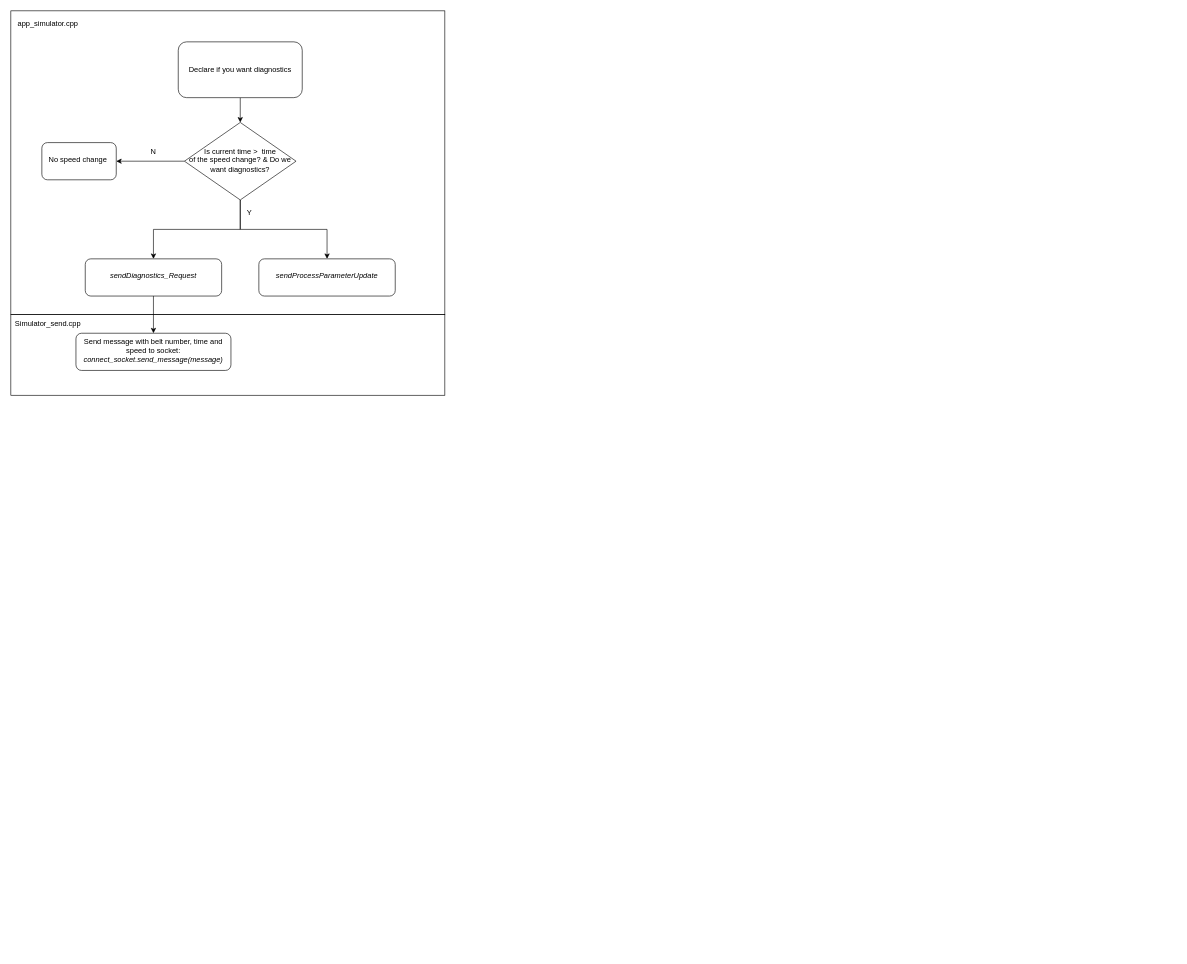
The draw.io diagram DiagnosticsSimFlow.drawio in evelinedrijver/Thesis, before the edit. Source tidied: cells renumbered, new cells numbered last; positions are measured from the earlier drawing's top-left corner, leaving out a move shared by most shapes. Both pictures are drawn from the tidied source at 62%, with x=0, y=0 at pixel (11, 11).
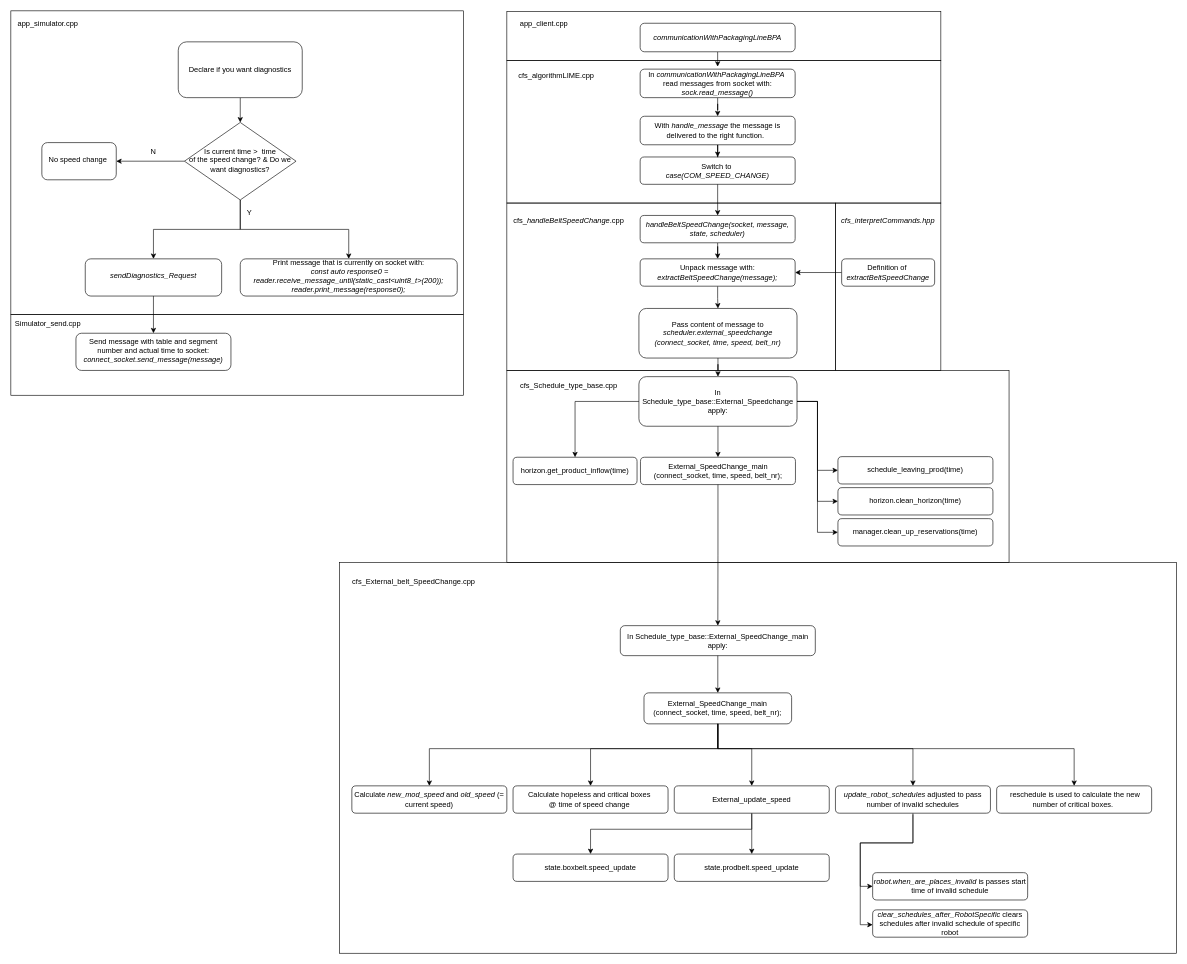
After the change.

Diff of the diagram source:
```diff
@@
+    <mxCell id="15" style="whiteSpace=wrap;html=1;fillColor=none;" parent="1" vertex="1">
+      <mxGeometry y="490" width="730" height="130" as="geometry" />
+    </mxCell>
     <mxCell id="2" style="whiteSpace=wrap;html=1;fillColor=none;" parent="1" vertex="1">
-      <mxGeometry width="700" height="490" as="geometry" />
+      <mxGeometry width="730" height="490" as="geometry" />
     </mxCell>
@@
-    <mxCell id="12" value="&lt;i&gt;sendProcessParameterUpdate&lt;/i&gt;" style="rounded=1;whiteSpace=wrap;html=1;shadow=0;strokeWidth=1;spacing=6;spacingTop=-4;" parent="1" vertex="1">
-      <mxGeometry x="400" y="400" width="220" height="60" as="geometry" />
+    <mxCell id="12" value="Print message that is currently on socket with:&lt;br&gt;&lt;i&gt;&amp;nbsp;const auto response0 = reader.receive_message_until(static_cast&amp;lt;uint8_t&amp;gt;(200));&lt;/i&gt;&lt;br&gt;&lt;i&gt;reader.print_message(response0);&lt;/i&gt;" style="rounded=1;whiteSpace=wrap;html=1;shadow=0;strokeWidth=1;spacing=6;spacingTop=-4;" parent="1" vertex="1">
+      <mxGeometry x="370" y="400" width="350" height="60" as="geometry" />
     </mxCell>
-    <mxCell id="13" value="Send message with belt number, time and speed to socket:&lt;br&gt;&lt;i&gt;connect_socket.send_message(message)&lt;/i&gt;" style="rounded=1;whiteSpace=wrap;html=1;shadow=0;strokeWidth=1;spacing=6;spacingTop=-4;" parent="1" vertex="1">
+    <mxCell id="13" value="Send message with table and segment number and actual time to socket:&lt;br&gt;&lt;i&gt;connect_socket.send_message(message)&lt;/i&gt;" style="rounded=1;whiteSpace=wrap;html=1;shadow=0;strokeWidth=1;spacing=6;spacingTop=-4;" parent="1" vertex="1">
       <mxGeometry x="105" y="520" width="250" height="60" as="geometry" />
     </mxCell>
@@
-    <mxCell id="15" style="whiteSpace=wrap;html=1;fillColor=none;" parent="1" vertex="1">
-      <mxGeometry y="490" width="700" height="130" as="geometry" />
-    </mxCell>
@@
+    <mxCell id="19" style="whiteSpace=wrap;html=1;fillColor=none;" parent="1" vertex="1">
+      <mxGeometry x="800" y="80" width="700" height="230" as="geometry" />
+    </mxCell>
+    <mxCell id="20" value="Switch to&amp;nbsp;&lt;br&gt;&amp;nbsp;&lt;i&gt;case(COM_SPEED_CHANGE)&lt;/i&gt;&amp;nbsp;" style="rounded=1;whiteSpace=wrap;html=1;fontSize=12;glass=0;strokeWidth=1;shadow=0;" parent="19" vertex="1">
+      <mxGeometry x="215" y="155.7" width="250" height="44.1" as="geometry" />
+    </mxCell>
+    <mxCell id="21" style="whiteSpace=wrap;html=1;fillColor=none;" parent="1" vertex="1">
+      <mxGeometry x="800" y="580" width="810" height="310" as="geometry" />
+    </mxCell>
+    <mxCell id="22" value="In Schedule_type_base::External_Speedchange&lt;br&gt;apply:" style="rounded=1;whiteSpace=wrap;html=1;fontSize=12;glass=0;strokeWidth=1;shadow=0;" parent="21" vertex="1">
+      <mxGeometry x="213" y="10" width="255" height="80" as="geometry" />
+    </mxCell>
+    <mxCell id="23" value="External_SpeedChange_main&lt;br&gt;(connect_socket, time, speed, belt_nr);" style="rounded=1;whiteSpace=wrap;html=1;fontSize=12;glass=0;strokeWidth=1;shadow=0;" parent="21" vertex="1">
+      <mxGeometry x="215.5" y="140" width="250" height="44.1" as="geometry" />
+    </mxCell>
+    <mxCell id="24" style="edgeStyle=orthogonalEdgeStyle;rounded=0;jettySize=auto;html=1;" parent="21" edge="1" source="22" target="23">
+      <mxGeometry relative="1" as="geometry" />
+    </mxCell>
+    <mxCell id="25" value="cfs_Schedule_type_base.cpp" style="text;html=1;strokeColor=none;fillColor=none;align=center;verticalAlign=middle;whiteSpace=wrap;rounded=0;" parent="21" vertex="1">
+      <mxGeometry x="70" y="10" width="60" height="30" as="geometry" />
+    </mxCell>
+    <mxCell id="26" value="horizon.get_product_inflow(time)" style="rounded=1;whiteSpace=wrap;html=1;fontSize=12;glass=0;strokeWidth=1;shadow=0;" parent="21" vertex="1">
+      <mxGeometry x="10" y="140" width="200" height="44.1" as="geometry" />
+    </mxCell>
+    <mxCell id="27" style="edgeStyle=orthogonalEdgeStyle;rounded=0;jettySize=auto;html=1;" parent="21" edge="1" source="22" target="26">
+      <mxGeometry relative="1" as="geometry" />
+    </mxCell>
+    <mxCell id="28" style="whiteSpace=wrap;html=1;fillColor=none;" parent="1" vertex="1">
+      <mxGeometry x="800" y="1" width="700" height="79" as="geometry" />
+    </mxCell>
+    <mxCell id="29" value="app_client.cpp" style="text;html=1;strokeColor=none;fillColor=none;align=center;verticalAlign=middle;whiteSpace=wrap;rounded=0;" parent="1" vertex="1">
+      <mxGeometry x="830" y="6" width="60" height="30" as="geometry" />
+    </mxCell>
+    <mxCell id="30" style="edgeStyle=orthogonalEdgeStyle;rounded=0;jettySize=auto;html=1;entryX=0.5;entryY=0;entryDx=0;entryDy=0;" parent="1" edge="1" source="31" target="33">
+      <mxGeometry relative="1" as="geometry" />
+    </mxCell>
+    <mxCell id="31" value="In&amp;nbsp;&lt;i&gt;communicationWithPackagingLineBPA&amp;nbsp;&lt;/i&gt;&lt;br&gt;read messages from socket with:&lt;br&gt;&lt;i&gt;sock.read_message()&lt;/i&gt;" style="rounded=1;whiteSpace=wrap;html=1;fontSize=12;glass=0;strokeWidth=1;shadow=0;" parent="1" vertex="1">
+      <mxGeometry x="1015" y="94" width="250" height="46" as="geometry" />
+    </mxCell>
+    <mxCell id="32" style="edgeStyle=orthogonalEdgeStyle;rounded=0;jettySize=auto;html=1;" parent="1" edge="1" source="33" target="20">
+      <mxGeometry relative="1" as="geometry" />
+    </mxCell>
+    <mxCell id="33" value="With &lt;i&gt;handle_message &lt;/i&gt;the message is delivered to the right function.&amp;nbsp;&amp;nbsp;" style="rounded=1;whiteSpace=wrap;html=1;fontSize=12;glass=0;strokeWidth=1;shadow=0;" parent="1" vertex="1">
+      <mxGeometry x="1015" y="170" width="250" height="46" as="geometry" />
+    </mxCell>
+    <mxCell id="34" style="edgeStyle=orthogonalEdgeStyle;rounded=0;jettySize=auto;html=1;" parent="1" edge="1" source="35">
+      <mxGeometry relative="1" as="geometry">
+        <mxPoint x="1140" y="90" as="targetPoint" />
+      </mxGeometry>
+    </mxCell>
+    <mxCell id="35" value="&lt;i&gt;communicationWithPackagingLineBPA&lt;/i&gt;" style="rounded=1;whiteSpace=wrap;html=1;fontSize=12;glass=0;strokeWidth=1;shadow=0;" parent="1" vertex="1">
+      <mxGeometry x="1015" y="20" width="250" height="46" as="geometry" />
+    </mxCell>
+    <mxCell id="36" value="cfs_algorithmLIME.cpp" style="text;html=1;strokeColor=none;fillColor=none;align=center;verticalAlign=middle;whiteSpace=wrap;rounded=0;" parent="1" vertex="1">
+      <mxGeometry x="850" y="90" width="60" height="30" as="geometry" />
+    </mxCell>
+    <mxCell id="37" style="whiteSpace=wrap;html=1;fillColor=none;" parent="1" vertex="1">
+      <mxGeometry x="800" y="310" width="530" height="270" as="geometry" />
+    </mxCell>
+    <mxCell id="38" style="edgeStyle=orthogonalEdgeStyle;rounded=0;jettySize=auto;html=1;" parent="1" edge="1" source="39" target="43">
+      <mxGeometry relative="1" as="geometry" />
+    </mxCell>
+    <mxCell id="39" value="&lt;i&gt;handleBeltSpeedChange(socket, message, state, scheduler)&lt;/i&gt;" style="rounded=1;whiteSpace=wrap;html=1;fontSize=12;glass=0;strokeWidth=1;shadow=0;" parent="1" vertex="1">
+      <mxGeometry x="1015" y="330" width="250" height="44.1" as="geometry" />
+    </mxCell>
+    <mxCell id="40" style="edgeStyle=orthogonalEdgeStyle;rounded=0;jettySize=auto;html=1;entryX=0.5;entryY=0;entryDx=0;entryDy=0;" parent="1" edge="1" source="20" target="39">
+      <mxGeometry relative="1" as="geometry" />
+    </mxCell>
+    <mxCell id="41" value="cfs_&lt;i&gt;handleBeltSpeedChange&lt;/i&gt;.cpp" style="text;html=1;strokeColor=none;fillColor=none;align=center;verticalAlign=middle;whiteSpace=wrap;rounded=0;" parent="1" vertex="1">
+      <mxGeometry x="870" y="323" width="60" height="30" as="geometry" />
+    </mxCell>
+    <mxCell id="42" style="edgeStyle=orthogonalEdgeStyle;rounded=0;jettySize=auto;html=1;" parent="1" edge="1" source="43" target="49">
+      <mxGeometry relative="1" as="geometry" />
+    </mxCell>
+    <mxCell id="43" value="Unpack message with:&lt;i&gt; extractBeltSpeedChange(message);&lt;/i&gt;" style="rounded=1;whiteSpace=wrap;html=1;fontSize=12;glass=0;strokeWidth=1;shadow=0;" parent="1" vertex="1">
+      <mxGeometry x="1015" y="400" width="250" height="44.1" as="geometry" />
+    </mxCell>
+    <mxCell id="44" style="whiteSpace=wrap;html=1;fillColor=none;" parent="1" vertex="1">
+      <mxGeometry x="1330" y="310" width="170" height="270" as="geometry" />
+    </mxCell>
+    <mxCell id="45" value="&lt;i&gt;cfs_interpretCommands.hpp&lt;/i&gt;" style="text;html=1;strokeColor=none;fillColor=none;align=center;verticalAlign=middle;whiteSpace=wrap;rounded=0;" parent="1" vertex="1">
+      <mxGeometry x="1385" y="323" width="60" height="30" as="geometry" />
+    </mxCell>
+    <mxCell id="46" style="edgeStyle=orthogonalEdgeStyle;rounded=0;jettySize=auto;html=1;" parent="1" edge="1" source="47" target="43">
+      <mxGeometry relative="1" as="geometry" />
+    </mxCell>
+    <mxCell id="47" value="Definition of&amp;nbsp;&lt;br&gt;&lt;i&gt;extractBeltSpeedChange&lt;/i&gt;" style="rounded=1;whiteSpace=wrap;html=1;fontSize=12;glass=0;strokeWidth=1;shadow=0;" parent="1" vertex="1">
+      <mxGeometry x="1340" y="400" width="150" height="44.1" as="geometry" />
+    </mxCell>
+    <mxCell id="48" style="edgeStyle=orthogonalEdgeStyle;rounded=0;jettySize=auto;html=1;" parent="1" edge="1" source="49" target="22">
+      <mxGeometry relative="1" as="geometry" />
+    </mxCell>
+    <mxCell id="49" value="Pass content of message to &lt;i&gt;scheduler.external_speedchange&lt;br&gt;(connect_socket, time, speed, belt_nr)&lt;/i&gt;" style="rounded=1;whiteSpace=wrap;html=1;fontSize=12;glass=0;strokeWidth=1;shadow=0;" parent="1" vertex="1">
+      <mxGeometry x="1013" y="480" width="255" height="80" as="geometry" />
+    </mxCell>
+    <mxCell id="50" style="edgeStyle=orthogonalEdgeStyle;rounded=0;jettySize=auto;html=1;entryX=0;entryY=0.5;entryDx=0;entryDy=0;" parent="1" edge="1" source="22" target="53">
+      <mxGeometry relative="1" as="geometry" />
+    </mxCell>
+    <mxCell id="51" style="edgeStyle=orthogonalEdgeStyle;rounded=0;jettySize=auto;html=1;entryX=0;entryY=0.5;entryDx=0;entryDy=0;" parent="1" edge="1" source="22" target="54">
+      <mxGeometry relative="1" as="geometry" />
+    </mxCell>
+    <mxCell id="52" style="edgeStyle=orthogonalEdgeStyle;rounded=0;jettySize=auto;html=1;entryX=0;entryY=0.5;entryDx=0;entryDy=0;" parent="1" edge="1" source="22" target="55">
+      <mxGeometry relative="1" as="geometry" />
+    </mxCell>
+    <mxCell id="53" value="schedule_leaving_prod(time)" style="rounded=1;whiteSpace=wrap;html=1;fontSize=12;glass=0;strokeWidth=1;shadow=0;" parent="1" vertex="1">
+      <mxGeometry x="1334" y="719" width="250" height="44.1" as="geometry" />
+    </mxCell>
+    <mxCell id="54" value="horizon.clean_horizon(time)" style="rounded=1;whiteSpace=wrap;html=1;fontSize=12;glass=0;strokeWidth=1;shadow=0;" parent="1" vertex="1">
+      <mxGeometry x="1334" y="769" width="250" height="44.1" as="geometry" />
+    </mxCell>
+    <mxCell id="55" value="manager.clean_up_reservations(time)" style="rounded=1;whiteSpace=wrap;html=1;fontSize=12;glass=0;strokeWidth=1;shadow=0;" parent="1" vertex="1">
+      <mxGeometry x="1334" y="819" width="250" height="44.1" as="geometry" />
+    </mxCell>
+    <mxCell id="56" style="whiteSpace=wrap;html=1;fillColor=none;" parent="1" vertex="1">
+      <mxGeometry x="530" y="890" width="1350" height="630" as="geometry" />
+    </mxCell>
+    <mxCell id="57" value="In Schedule_type_base::External_SpeedChange_main&lt;br&gt;apply:" style="rounded=1;whiteSpace=wrap;html=1;fontSize=12;glass=0;strokeWidth=1;shadow=0;" parent="56" vertex="1">
+      <mxGeometry x="453" y="101.6" width="314.5" height="48.4" as="geometry" />
+    </mxCell>
+    <mxCell id="58" value="External_SpeedChange_main&lt;br&gt;(connect_socket, time, speed, belt_nr);" style="rounded=1;whiteSpace=wrap;html=1;fontSize=12;glass=0;strokeWidth=1;shadow=0;" parent="56" vertex="1">
+      <mxGeometry x="491.2" y="210" width="238.1" height="50" as="geometry" />
+    </mxCell>
+    <mxCell id="59" style="edgeStyle=orthogonalEdgeStyle;rounded=0;jettySize=auto;html=1;" parent="56" edge="1" source="57" target="58">
+      <mxGeometry relative="1" as="geometry" />
+    </mxCell>
+    <mxCell id="60" value="cfs_External_belt_SpeedChange.cpp" style="text;html=1;strokeColor=none;fillColor=none;align=center;verticalAlign=middle;whiteSpace=wrap;rounded=0;" parent="56" vertex="1">
+      <mxGeometry x="70" width="100" height="61" as="geometry" />
+    </mxCell>
+    <mxCell id="61" style="edgeStyle=orthogonalEdgeStyle;rounded=0;jettySize=auto;html=1;" parent="1" edge="1" source="23" target="57">
+      <mxGeometry relative="1" as="geometry" />
+    </mxCell>
+    <mxCell id="62" value="Calculate &lt;i&gt;new_mod_speed&lt;/i&gt; and &lt;i&gt;old_speed&lt;/i&gt; (= current speed)" style="rounded=1;whiteSpace=wrap;html=1;fontSize=12;glass=0;strokeWidth=1;shadow=0;" parent="1" vertex="1">
+      <mxGeometry x="550" y="1250" width="250" height="44.1" as="geometry" />
+    </mxCell>
+    <mxCell id="63" value="Calculate hopeless and critical boxes&amp;nbsp;&lt;br&gt;@ time of speed change&amp;nbsp;" style="rounded=1;whiteSpace=wrap;html=1;fontSize=12;glass=0;strokeWidth=1;shadow=0;" parent="1" vertex="1">
+      <mxGeometry x="810" y="1250" width="250" height="44.1" as="geometry" />
+    </mxCell>
+    <mxCell id="64" style="edgeStyle=orthogonalEdgeStyle;rounded=0;jettySize=auto;html=1;" parent="1" edge="1" source="66" target="72">
+      <mxGeometry relative="1" as="geometry" />
+    </mxCell>
+    <mxCell id="65" style="edgeStyle=orthogonalEdgeStyle;rounded=0;jettySize=auto;html=1;" parent="1" edge="1" source="66" target="71">
+      <mxGeometry relative="1" as="geometry">
+        <Array as="points">
+          <mxPoint x="1195" y="1320" />
+          <mxPoint x="935" y="1320" />
+        </Array>
+      </mxGeometry>
+    </mxCell>
+    <mxCell id="66" value="External_update_speed" style="rounded=1;whiteSpace=wrap;html=1;fontSize=12;glass=0;strokeWidth=1;shadow=0;" parent="1" vertex="1">
+      <mxGeometry x="1070" y="1250" width="250" height="44.1" as="geometry" />
+    </mxCell>
+    <mxCell id="67" style="edgeStyle=orthogonalEdgeStyle;rounded=0;jettySize=auto;html=1;entryX=0;entryY=0.5;entryDx=0;entryDy=0;" parent="1" edge="1" source="69" target="73">
+      <mxGeometry relative="1" as="geometry" />
+    </mxCell>
+    <mxCell id="68" style="edgeStyle=orthogonalEdgeStyle;rounded=0;orthogonalLoop=1;jettySize=auto;html=1;entryX=0;entryY=0.5;entryDx=0;entryDy=0;" parent="1" edge="1">
+      <mxGeometry relative="1" as="geometry">
+        <mxPoint x="1455" y="1296.1" as="sourcePoint" />
+        <mxPoint x="1390" y="1474" as="targetPoint" />
+        <Array as="points">
+          <mxPoint x="1455" y="1342" />
+          <mxPoint x="1370" y="1342" />
+          <mxPoint x="1370" y="1474" />
+        </Array>
+      </mxGeometry>
+    </mxCell>
+    <mxCell id="69" value="&lt;i&gt;update_robot_schedules&lt;/i&gt; adjusted to pass number of invalid schedules" style="rounded=1;whiteSpace=wrap;html=1;fontSize=12;glass=0;strokeWidth=1;shadow=0;" parent="1" vertex="1">
+      <mxGeometry x="1330" y="1250" width="250" height="44.1" as="geometry" />
+    </mxCell>
+    <mxCell id="70" value="&amp;nbsp;reschedule is used to calculate the new number of critical boxes.&amp;nbsp;" style="rounded=1;whiteSpace=wrap;html=1;fontSize=12;glass=0;strokeWidth=1;shadow=0;" parent="1" vertex="1">
+      <mxGeometry x="1590" y="1250" width="250" height="44.1" as="geometry" />
+    </mxCell>
+    <mxCell id="71" value="state.boxbelt.speed_update" style="rounded=1;whiteSpace=wrap;html=1;fontSize=12;glass=0;strokeWidth=1;shadow=0;" parent="1" vertex="1">
+      <mxGeometry x="810" y="1360" width="250" height="44.1" as="geometry" />
+    </mxCell>
+    <mxCell id="72" value="state.prodbelt.speed_update" style="rounded=1;whiteSpace=wrap;html=1;fontSize=12;glass=0;strokeWidth=1;shadow=0;" parent="1" vertex="1">
+      <mxGeometry x="1070" y="1360" width="250" height="44.1" as="geometry" />
+    </mxCell>
+    <mxCell id="73" value="&lt;i&gt;robot.when_are_places_invalid &lt;/i&gt;is passes start time of invalid schedule" style="rounded=1;whiteSpace=wrap;html=1;fontSize=12;glass=0;strokeWidth=1;shadow=0;" parent="1" vertex="1">
+      <mxGeometry x="1390" y="1390" width="250" height="44.1" as="geometry" />
+    </mxCell>
+    <mxCell id="74" value="&lt;i&gt;clear_schedules_after_RobotSpecific&amp;nbsp;&lt;/i&gt;clears schedules after invalid schedule of specific robot" style="rounded=1;whiteSpace=wrap;html=1;fontSize=12;glass=0;strokeWidth=1;shadow=0;" parent="1" vertex="1">
+      <mxGeometry x="1390" y="1450" width="250" height="44.1" as="geometry" />
+    </mxCell>
+    <mxCell id="75" style="edgeStyle=orthogonalEdgeStyle;rounded=0;jettySize=auto;html=1;entryX=0.5;entryY=0;entryDx=0;entryDy=0;" parent="1" edge="1" source="58" target="62">
+      <mxGeometry relative="1" as="geometry">
+        <Array as="points">
+          <mxPoint x="1140" y="1190" />
+          <mxPoint x="675" y="1190" />
+        </Array>
+      </mxGeometry>
+    </mxCell>
+    <mxCell id="76" style="edgeStyle=orthogonalEdgeStyle;rounded=0;jettySize=auto;html=1;" parent="1" edge="1" source="58" target="63">
+      <mxGeometry relative="1" as="geometry">
+        <Array as="points">
+          <mxPoint x="1140" y="1190" />
+          <mxPoint x="935" y="1190" />
+        </Array>
+      </mxGeometry>
+    </mxCell>
+    <mxCell id="77" style="edgeStyle=orthogonalEdgeStyle;rounded=0;jettySize=auto;html=1;" parent="1" edge="1" source="58" target="66">
+      <mxGeometry relative="1" as="geometry">
+        <Array as="points">
+          <mxPoint x="1140" y="1190" />
+          <mxPoint x="1195" y="1190" />
+        </Array>
+      </mxGeometry>
+    </mxCell>
+    <mxCell id="78" style="edgeStyle=orthogonalEdgeStyle;rounded=0;jettySize=auto;html=1;" parent="1" edge="1" source="58" target="69">
+      <mxGeometry relative="1" as="geometry">
+        <Array as="points">
+          <mxPoint x="1140" y="1190" />
+          <mxPoint x="1455" y="1190" />
+        </Array>
+      </mxGeometry>
+    </mxCell>
+    <mxCell id="79" style="edgeStyle=orthogonalEdgeStyle;rounded=0;jettySize=auto;html=1;" parent="1" edge="1" source="58" target="70">
+      <mxGeometry relative="1" as="geometry">
+        <Array as="points">
+          <mxPoint x="1140" y="1190" />
+          <mxPoint x="1715" y="1190" />
+        </Array>
+      </mxGeometry>
+    </mxCell>
```
